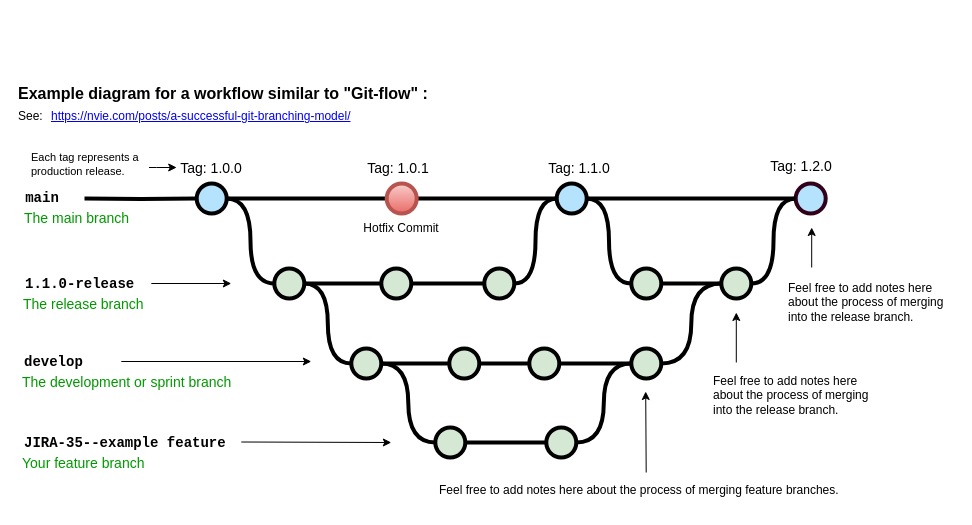
Before: Untitled Diagram.drawio in Flat-Tree/HW.Diagrams, a draw.io diagram. Source tidied: cells renumbered, new cells numbered last; positions are measured from the earlier drawing's top-left corner, leaving out a move shared by most shapes. Both pictures are drawn from the tidied source at 100%, with x=0, y=0 at pixel (16, 77).
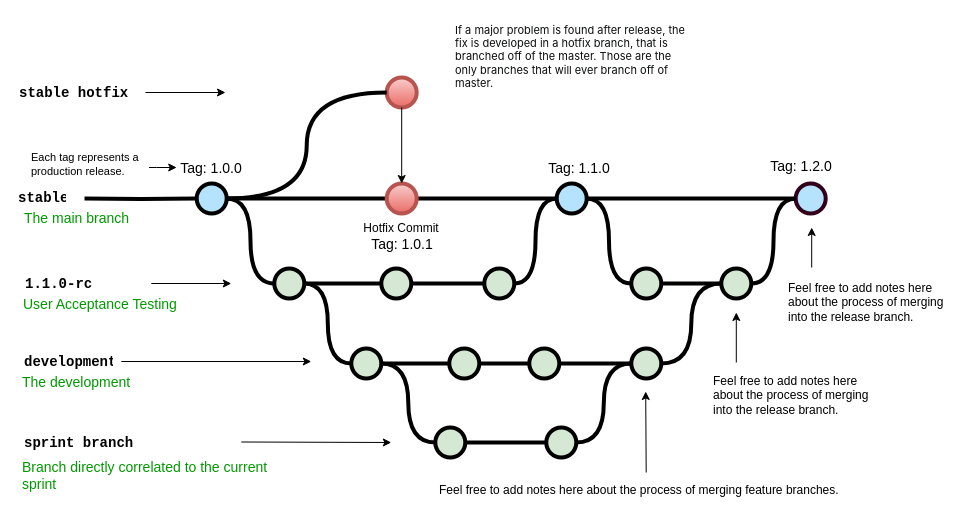
Above is the later version.

Unchanged cells that the change refers to:
```xml
<mxCell id="5" style="verticalLabelPosition=bottom;verticalAlign=top;html=1;strokeWidth=4;shape=mxgraph.flowchart.on-page_reference;plain-blue;gradientColor=none;fillColor=#B5E3Fe;strokeColor=#000000;" parent="1" vertex="1">
  <mxGeometry x="180.2" y="106" width="30" height="30" as="geometry" />
</mxCell>
<mxCell id="61" style="verticalLabelPosition=bottom;verticalAlign=top;html=1;strokeWidth=4;shape=mxgraph.flowchart.on-page_reference;plain-blue;gradientColor=#EA6B66;strokeColor=#B85450;fillColor=#F8CECC;" parent="1" vertex="1">
  <mxGeometry x="370.2" y="106" width="30" height="30" as="geometry" />
</mxCell>
```

Change to the diagram source:
```diff
@@
-    <mxCell id="11" value="main" style="text;html=1;strokeColor=none;fillColor=none;align=center;verticalAlign=middle;whiteSpace=wrap;overflow=hidden;fontSize=14;fontStyle=1;fontFamily=Courier New;" parent="1" vertex="1">
+    <mxCell id="11" value="stable" style="text;html=1;strokeColor=none;fillColor=none;align=center;verticalAlign=middle;whiteSpace=wrap;overflow=hidden;fontSize=14;fontStyle=1;fontFamily=Courier New;" parent="1" vertex="1">
       <mxGeometry x="1" y="100" width="50" height="42" as="geometry" />
     </mxCell>
@@
-    <mxCell id="18" value="1.1.0-release" style="text;html=1;strokeColor=none;fillColor=none;align=left;verticalAlign=middle;whiteSpace=wrap;overflow=hidden;fontSize=14;fontStyle=1;fontFamily=Courier New;" parent="1" vertex="1">
+    <mxCell id="18" value="1.1.0-rc" style="text;html=1;strokeColor=none;fillColor=none;align=left;verticalAlign=middle;whiteSpace=wrap;overflow=hidden;fontSize=14;fontStyle=1;fontFamily=Courier New;" parent="1" vertex="1">
       <mxGeometry x="6.8" y="196" width="240" height="20" as="geometry" />
     </mxCell>
@@
-    <mxCell id="29" value="develop" style="text;html=1;strokeColor=none;fillColor=none;align=left;verticalAlign=middle;whiteSpace=wrap;overflow=hidden;fontSize=14;fontStyle=1;fontFamily=Courier New;" parent="1" vertex="1">
+    <mxCell id="29" value="development" style="text;html=1;strokeColor=none;fillColor=none;align=left;verticalAlign=middle;whiteSpace=wrap;overflow=hidden;fontSize=14;fontStyle=1;fontFamily=Courier New;" parent="1" vertex="1">
       <mxGeometry x="5.8" y="274" width="91" height="20" as="geometry" />
     </mxCell>
@@
-    <mxCell id="34" value="JIRA-35--example feature" style="text;html=1;strokeColor=none;fillColor=none;align=left;verticalAlign=middle;whiteSpace=wrap;overflow=hidden;fontSize=14;fontStyle=1;fontFamily=Courier New;" parent="1" vertex="1">
+    <mxCell id="34" value="sprint branch" style="text;html=1;strokeColor=none;fillColor=none;align=left;verticalAlign=middle;whiteSpace=wrap;overflow=hidden;fontSize=14;fontStyle=1;fontFamily=Courier New;" parent="1" vertex="1">
       <mxGeometry x="5.5" y="355" width="240" height="20" as="geometry" />
     </mxCell>
-    <mxCell id="35" value="The development or sprint branch" style="text;html=1;strokeColor=none;fillColor=none;align=left;verticalAlign=middle;whiteSpace=wrap;overflow=hidden;fontSize=14;fontStyle=0;fontColor=#009900;" parent="1" vertex="1">
+    <mxCell id="35" value="The development" style="text;html=1;strokeColor=none;fillColor=none;align=left;verticalAlign=middle;whiteSpace=wrap;overflow=hidden;fontSize=14;fontStyle=0;fontColor=#009900;" parent="1" vertex="1">
       <mxGeometry x="3.8" y="294" width="240" height="20" as="geometry" />
     </mxCell>
-    <mxCell id="36" value="Your feature branch" style="text;html=1;strokeColor=none;fillColor=none;align=left;verticalAlign=middle;whiteSpace=wrap;overflow=hidden;fontSize=14;fontStyle=0;fontColor=#009900;" parent="1" vertex="1">
-      <mxGeometry x="3.8" y="375" width="240" height="20" as="geometry" />
+    <mxCell id="36" value="Branch directly correlated to the current sprint" style="text;html=1;strokeColor=none;fillColor=none;align=left;verticalAlign=middle;whiteSpace=wrap;overflow=hidden;fontSize=14;fontStyle=0;fontColor=#009900;" parent="1" vertex="1">
+      <mxGeometry x="3.8" y="375" width="254.2" height="45" as="geometry" />
     </mxCell>
-    <mxCell id="37" value="The release branch" style="text;html=1;strokeColor=none;fillColor=none;align=left;verticalAlign=middle;whiteSpace=wrap;overflow=hidden;fontSize=14;fontStyle=0;fontColor=#009900;" parent="1" vertex="1">
+    <mxCell id="37" value="User Acceptance Testing" style="text;html=1;strokeColor=none;fillColor=none;align=left;verticalAlign=middle;whiteSpace=wrap;overflow=hidden;fontSize=14;fontStyle=0;fontColor=#009900;" parent="1" vertex="1">
       <mxGeometry x="4.8" y="216" width="240" height="20" as="geometry" />
     </mxCell>
@@
-    <mxCell id="55" value="Example diagram for a workflow similar to &quot;Git-flow&quot; :" style="text;whiteSpace=wrap;html=1;fontStyle=1;fontSize=16;" parent="1" vertex="1">
-      <mxGeometry x="0.2" width="427.8" height="20" as="geometry" />
-    </mxCell>
-    <mxCell id="56" value="&lt;a href=&quot;https://nvie.com/posts/a-successful-git-branching-model/&quot;&gt;https://nvie.com/posts/a-successful-git-branching-model/&lt;/a&gt;" style="text;whiteSpace=wrap;html=1;" parent="1" vertex="1">
-      <mxGeometry x="33" y="25" width="355" height="20" as="geometry" />
-    </mxCell>
-    <mxCell id="57" value="See:" style="text;whiteSpace=wrap;html=1;" parent="1" vertex="1">
-      <mxGeometry x="0.2" y="25" width="32.8" height="20" as="geometry" />
-    </mxCell>
@@
     <mxCell id="62" value="Tag: 1.0.1" style="text;html=1;strokeColor=none;fillColor=none;align=center;verticalAlign=middle;whiteSpace=wrap;overflow=hidden;fontSize=14;" parent="1" vertex="1">
-      <mxGeometry x="346.5" y="80" width="70" height="20" as="geometry" />
+      <mxGeometry x="350.6" y="156" width="70" height="20" as="geometry" />
     </mxCell>
+    <mxCell id="63" value="&lt;span style=&quot;color: rgb(12, 13, 14); font-family: -apple-system, BlinkMacSystemFont, &amp;quot;Segoe UI Adjusted&amp;quot;, &amp;quot;Segoe UI&amp;quot;, &amp;quot;Liberation Sans&amp;quot;, sans-serif; font-size: 11px; font-style: normal; font-variant-ligatures: normal; font-variant-caps: normal; font-weight: 400; letter-spacing: normal; orphans: 2; text-align: left; text-indent: 0px; text-transform: none; widows: 2; word-spacing: 0px; -webkit-text-stroke-width: 0px; background-color: rgb(255, 255, 255); text-decoration-thickness: initial; text-decoration-style: initial; text-decoration-color: initial; float: none; display: inline !important;&quot;&gt;If a major problem is found after release, the fix is developed in a hotfix branch, that is branched off of the master. Those are the only branches that will ever branch off of master.&lt;/span&gt;" style="text;whiteSpace=wrap;html=1;fontSize=11;" parent="1" vertex="1">
+      <mxGeometry x="437" y="-60" width="236.5" height="80" as="geometry" />
+    </mxCell>
+    <mxCell id="64" style="verticalLabelPosition=bottom;verticalAlign=top;html=1;strokeWidth=4;shape=mxgraph.flowchart.on-page_reference;plain-blue;gradientColor=#EA6B66;strokeColor=#B85450;fillColor=#F8CECC;" parent="1" vertex="1">
+      <mxGeometry x="370.2" width="30" height="30" as="geometry" />
+    </mxCell>
+    <mxCell id="65" style="edgeStyle=orthogonalEdgeStyle;curved=1;rounded=0;html=1;exitX=1;exitY=0.5;exitPerimeter=0;entryX=0;entryY=0.5;entryPerimeter=0;endArrow=none;endFill=0;jettySize=auto;strokeWidth=4;fontSize=15;entryDx=0;entryDy=0;exitDx=0;exitDy=0;" parent="1" edge="1" source="5" target="64">
+      <mxGeometry relative="1" as="geometry" />
+    </mxCell>
+    <mxCell id="66" style="edgeStyle=orthogonalEdgeStyle;rounded=0;jettySize=auto;html=1;exitX=0.5;exitY=1;exitDx=0;exitDy=0;exitPerimeter=0;entryX=0.5;entryY=0;entryDx=0;entryDy=0;entryPerimeter=0;" parent="1" edge="1" source="64" target="61">
+      <mxGeometry relative="1" as="geometry" />
+    </mxCell>
+    <mxCell id="67" style="endArrow=classic;html=1;strokeWidth=1;fontFamily=Courier New;fontColor=#009900;" parent="1" edge="1">
+      <mxGeometry relative="1" as="geometry">
+        <mxPoint x="129" y="15" as="sourcePoint" />
+        <mxPoint x="209" y="15" as="targetPoint" />
+      </mxGeometry>
+    </mxCell>
+    <mxCell id="68" value="stable hotfix" style="text;html=1;strokeColor=none;fillColor=none;align=left;verticalAlign=middle;whiteSpace=wrap;overflow=hidden;fontSize=14;fontStyle=1;fontFamily=Courier New;" parent="1" vertex="1">
+      <mxGeometry x="1" y="5" width="240" height="20" as="geometry" />
+    </mxCell>
```
